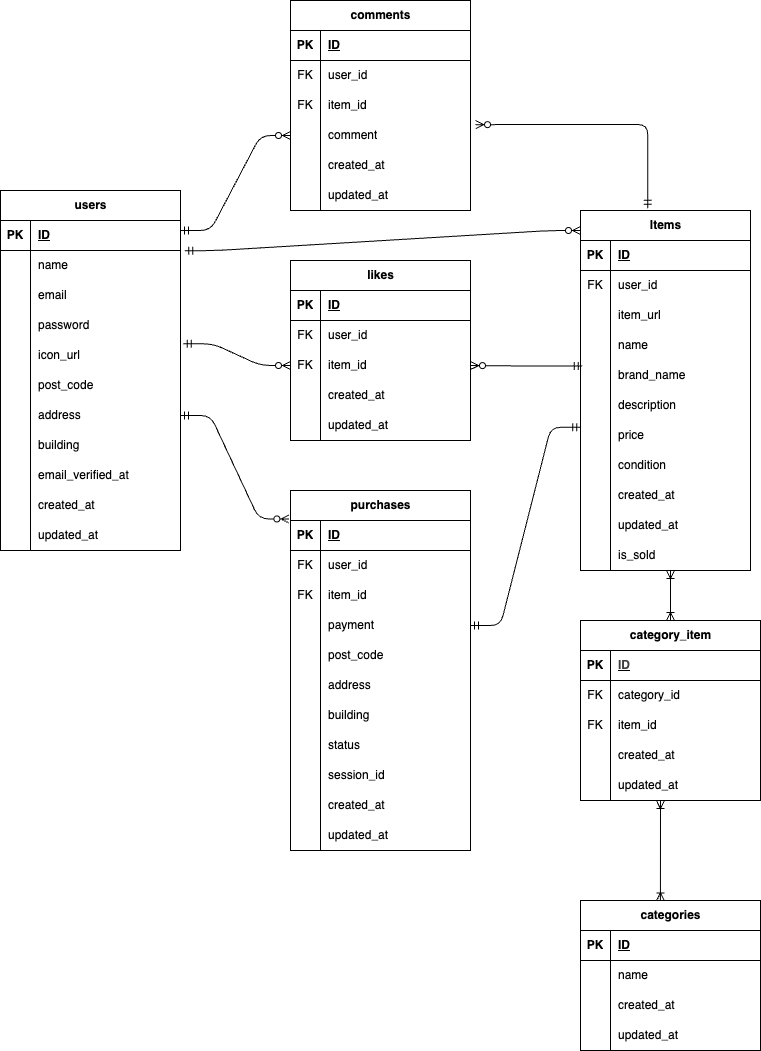
This is frema.png from yuri-tomabechi/frema-app, a draw.io export, as it was before one commit. Source tidied: cells renumbered, new cells last; positions are measured from the earlier drawing's top-left corner, leaving out a move shared by most shapes.
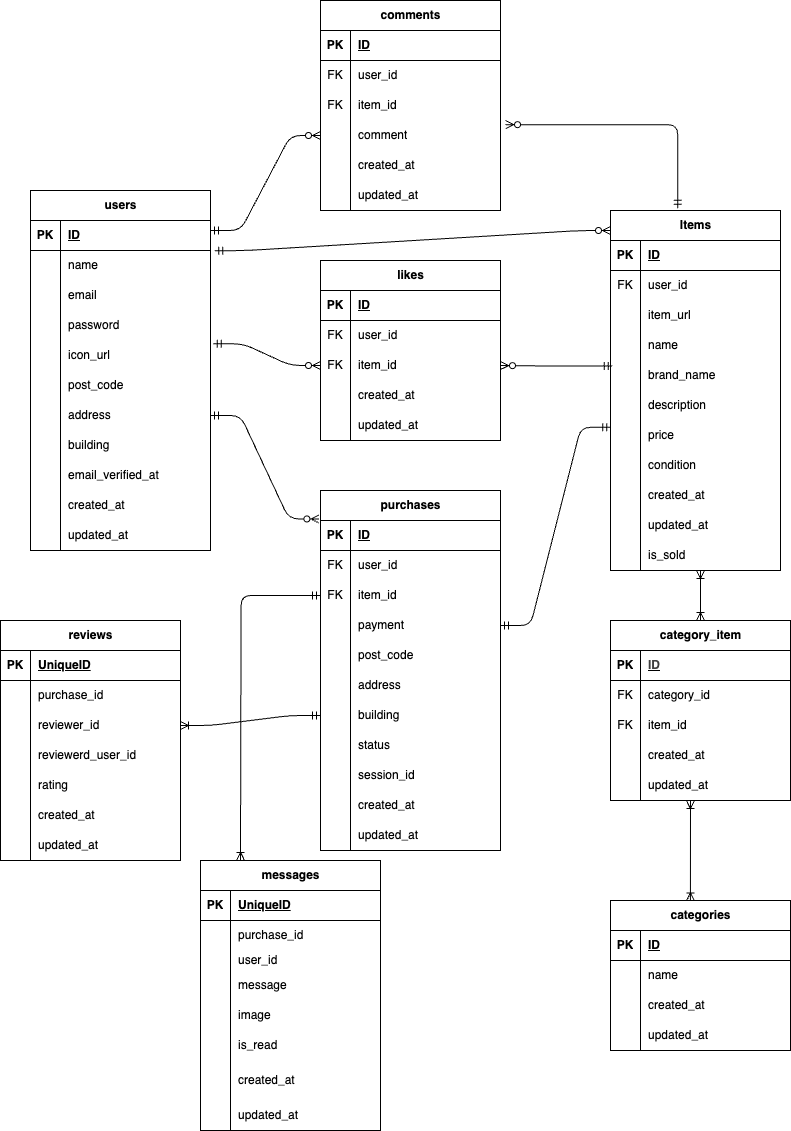
The same diagram one commit later.

Change to the diagram source:
```diff
@@ -556,5 +556,154 @@
         </Array>
       </mxGeometry>
     </mxCell>
+    <mxCell id="177" value="messages" style="shape=table;startSize=30;rowLines=0;fontStyle=1;align=center;html=1;" parent="1" vertex="1">
+      <mxGeometry x="310" y="960" width="180" height="270" as="geometry" />
+    </mxCell>
+    <mxCell id="178" style="shape=tableRow;horizontal=0;startSize=0;swimlaneHead=0;swimlaneBody=0;fillColor=none;top=0;left=0;right=0;bottom=1;" parent="177" vertex="1">
+      <mxGeometry y="30" width="180" height="30" as="geometry" />
+    </mxCell>
+    <mxCell id="179" value="PK" style="shape=partialRectangle;fillColor=none;top=0;left=0;bottom=0;right=0;fontStyle=1;overflow=hidden;whiteSpace=wrap;html=1;" parent="178" vertex="1">
+      <mxGeometry width="30" height="30" as="geometry" />
+    </mxCell>
+    <mxCell id="180" value="UniqueID" style="shape=partialRectangle;fillColor=none;top=0;left=0;bottom=0;right=0;align=left;spacingLeft=6;fontStyle=5;overflow=hidden;whiteSpace=wrap;html=1;" parent="178" vertex="1">
+      <mxGeometry x="30" width="150" height="30" as="geometry" />
+    </mxCell>
+    <mxCell id="181" style="shape=tableRow;horizontal=0;startSize=0;swimlaneHead=0;swimlaneBody=0;fillColor=none;top=0;left=0;right=0;bottom=0;" parent="177" vertex="1">
+      <mxGeometry y="60" width="180" height="30" as="geometry" />
+    </mxCell>
+    <mxCell id="182" style="shape=partialRectangle;fillColor=none;top=0;left=0;bottom=0;right=0;overflow=hidden;whiteSpace=wrap;html=1;" parent="181" vertex="1">
+      <mxGeometry width="30" height="30" as="geometry" />
+    </mxCell>
+    <mxCell id="183" value="purchase_id" style="shape=partialRectangle;fillColor=none;top=0;left=0;bottom=0;right=0;align=left;spacingLeft=6;overflow=hidden;whiteSpace=wrap;html=1;" parent="181" vertex="1">
+      <mxGeometry x="30" width="150" height="30" as="geometry" />
+    </mxCell>
+    <mxCell id="184" style="shape=tableRow;horizontal=0;startSize=0;swimlaneHead=0;swimlaneBody=0;fillColor=none;top=0;left=0;right=0;bottom=0;" parent="177" vertex="1">
+      <mxGeometry y="90" width="180" height="20" as="geometry" />
+    </mxCell>
+    <mxCell id="185" style="shape=partialRectangle;fillColor=none;top=0;left=0;bottom=0;right=0;overflow=hidden;whiteSpace=wrap;html=1;" parent="184" vertex="1">
+      <mxGeometry width="30" height="20" as="geometry" />
+    </mxCell>
+    <mxCell id="186" value="user_id" style="shape=partialRectangle;fillColor=none;top=0;left=0;bottom=0;right=0;align=left;spacingLeft=6;overflow=hidden;whiteSpace=wrap;html=1;" parent="184" vertex="1">
+      <mxGeometry x="30" width="150" height="20" as="geometry" />
+    </mxCell>
+    <mxCell id="187" style="shape=tableRow;horizontal=0;startSize=0;swimlaneHead=0;swimlaneBody=0;fillColor=none;top=0;left=0;right=0;bottom=0;" parent="177" vertex="1">
+      <mxGeometry y="110" width="180" height="30" as="geometry" />
+    </mxCell>
+    <mxCell id="188" style="shape=partialRectangle;fillColor=none;top=0;left=0;bottom=0;right=0;overflow=hidden;whiteSpace=wrap;html=1;" parent="187" vertex="1">
+      <mxGeometry width="30" height="30" as="geometry" />
+    </mxCell>
+    <mxCell id="189" value="message" style="shape=partialRectangle;fillColor=none;top=0;left=0;bottom=0;right=0;align=left;spacingLeft=6;overflow=hidden;whiteSpace=wrap;html=1;" parent="187" vertex="1">
+      <mxGeometry x="30" width="150" height="30" as="geometry" />
+    </mxCell>
+    <mxCell id="190" style="shape=tableRow;horizontal=0;startSize=0;swimlaneHead=0;swimlaneBody=0;fillColor=none;top=0;left=0;right=0;bottom=0;" parent="177" vertex="1">
+      <mxGeometry y="140" width="180" height="30" as="geometry" />
+    </mxCell>
+    <mxCell id="191" style="shape=partialRectangle;fillColor=none;top=0;left=0;bottom=0;right=0;overflow=hidden;whiteSpace=wrap;html=1;" parent="190" vertex="1">
+      <mxGeometry width="30" height="30" as="geometry" />
+    </mxCell>
+    <mxCell id="192" value="image" style="shape=partialRectangle;fillColor=none;top=0;left=0;bottom=0;right=0;align=left;spacingLeft=6;overflow=hidden;whiteSpace=wrap;html=1;" parent="190" vertex="1">
+      <mxGeometry x="30" width="150" height="30" as="geometry" />
+    </mxCell>
+    <mxCell id="193" style="shape=tableRow;horizontal=0;startSize=0;swimlaneHead=0;swimlaneBody=0;fillColor=none;top=0;left=0;right=0;bottom=0;" parent="177" vertex="1">
+      <mxGeometry y="170" width="180" height="30" as="geometry" />
+    </mxCell>
+    <mxCell id="194" style="shape=partialRectangle;fillColor=none;top=0;left=0;bottom=0;right=0;overflow=hidden;whiteSpace=wrap;html=1;" parent="193" vertex="1">
+      <mxGeometry width="30" height="30" as="geometry" />
+    </mxCell>
+    <mxCell id="195" value="is_read" style="shape=partialRectangle;fillColor=none;top=0;left=0;bottom=0;right=0;align=left;spacingLeft=6;overflow=hidden;whiteSpace=wrap;html=1;" parent="193" vertex="1">
+      <mxGeometry x="30" width="150" height="30" as="geometry" />
+    </mxCell>
+    <mxCell id="196" style="shape=tableRow;horizontal=0;startSize=0;swimlaneHead=0;swimlaneBody=0;fillColor=none;top=0;left=0;right=0;bottom=0;" parent="177" vertex="1">
+      <mxGeometry y="200" width="180" height="40" as="geometry" />
+    </mxCell>
+    <mxCell id="197" style="shape=partialRectangle;fillColor=none;top=0;left=0;bottom=0;right=0;overflow=hidden;whiteSpace=wrap;html=1;" parent="196" vertex="1">
+      <mxGeometry width="30" height="40" as="geometry" />
+    </mxCell>
+    <mxCell id="198" value="created_at" style="shape=partialRectangle;fillColor=none;top=0;left=0;bottom=0;right=0;align=left;spacingLeft=6;overflow=hidden;whiteSpace=wrap;html=1;" parent="196" vertex="1">
+      <mxGeometry x="30" width="150" height="40" as="geometry" />
+    </mxCell>
+    <mxCell id="199" style="shape=tableRow;horizontal=0;startSize=0;swimlaneHead=0;swimlaneBody=0;fillColor=none;top=0;left=0;right=0;bottom=0;" parent="177" vertex="1">
+      <mxGeometry y="240" width="180" height="30" as="geometry" />
+    </mxCell>
+    <mxCell id="200" style="shape=partialRectangle;fillColor=none;top=0;left=0;bottom=0;right=0;overflow=hidden;whiteSpace=wrap;html=1;" parent="199" vertex="1">
+      <mxGeometry width="30" height="30" as="geometry" />
+    </mxCell>
+    <mxCell id="201" value="updated_at" style="shape=partialRectangle;fillColor=none;top=0;left=0;bottom=0;right=0;align=left;spacingLeft=6;overflow=hidden;whiteSpace=wrap;html=1;" parent="199" vertex="1">
+      <mxGeometry x="30" width="150" height="30" as="geometry" />
+    </mxCell>
+    <mxCell id="202" value="reviews" style="shape=table;startSize=30;rowLines=0;fontStyle=1;align=center;html=1;" parent="1" vertex="1">
+      <mxGeometry x="110" y="720" width="180" height="240" as="geometry" />
+    </mxCell>
+    <mxCell id="203" style="shape=tableRow;horizontal=0;startSize=0;swimlaneHead=0;swimlaneBody=0;fillColor=none;top=0;left=0;right=0;bottom=1;" parent="202" vertex="1">
+      <mxGeometry y="30" width="180" height="30" as="geometry" />
+    </mxCell>
+    <mxCell id="204" value="PK" style="shape=partialRectangle;fillColor=none;top=0;left=0;bottom=0;right=0;fontStyle=1;overflow=hidden;whiteSpace=wrap;html=1;" parent="203" vertex="1">
+      <mxGeometry width="30" height="30" as="geometry" />
+    </mxCell>
+    <mxCell id="205" value="UniqueID" style="shape=partialRectangle;fillColor=none;top=0;left=0;bottom=0;right=0;align=left;spacingLeft=6;fontStyle=5;overflow=hidden;whiteSpace=wrap;html=1;" parent="203" vertex="1">
+      <mxGeometry x="30" width="150" height="30" as="geometry" />
+    </mxCell>
+    <mxCell id="206" style="shape=tableRow;horizontal=0;startSize=0;swimlaneHead=0;swimlaneBody=0;fillColor=none;top=0;left=0;right=0;bottom=0;" parent="202" vertex="1">
+      <mxGeometry y="60" width="180" height="30" as="geometry" />
+    </mxCell>
+    <mxCell id="207" style="shape=partialRectangle;fillColor=none;top=0;left=0;bottom=0;right=0;overflow=hidden;whiteSpace=wrap;html=1;" parent="206" vertex="1">
+      <mxGeometry width="30" height="30" as="geometry" />
+    </mxCell>
+    <mxCell id="208" value="purchase_id" style="shape=partialRectangle;fillColor=none;top=0;left=0;bottom=0;right=0;align=left;spacingLeft=6;overflow=hidden;whiteSpace=wrap;html=1;" parent="206" vertex="1">
+      <mxGeometry x="30" width="150" height="30" as="geometry" />
+    </mxCell>
+    <mxCell id="209" style="shape=tableRow;horizontal=0;startSize=0;swimlaneHead=0;swimlaneBody=0;fillColor=none;points=[[0,0.5],[1,0.5]];portConstraint=eastwest;top=0;left=0;right=0;bottom=0;" parent="202" vertex="1">
+      <mxGeometry y="90" width="180" height="30" as="geometry" />
+    </mxCell>
+    <mxCell id="210" style="shape=partialRectangle;fillColor=none;top=0;left=0;bottom=0;right=0;overflow=hidden;whiteSpace=wrap;html=1;" parent="209" vertex="1">
+      <mxGeometry width="30" height="30" as="geometry" />
+    </mxCell>
+    <mxCell id="211" value="reviewer_id" style="shape=partialRectangle;fillColor=none;top=0;left=0;bottom=0;right=0;align=left;spacingLeft=6;overflow=hidden;whiteSpace=wrap;html=1;" parent="209" vertex="1">
+      <mxGeometry x="30" width="150" height="30" as="geometry" />
+    </mxCell>
+    <mxCell id="212" style="shape=tableRow;horizontal=0;startSize=0;swimlaneHead=0;swimlaneBody=0;fillColor=none;top=0;left=0;right=0;bottom=0;" parent="202" vertex="1">
+      <mxGeometry y="120" width="180" height="30" as="geometry" />
+    </mxCell>
+    <mxCell id="213" style="shape=partialRectangle;fillColor=none;top=0;left=0;bottom=0;right=0;overflow=hidden;whiteSpace=wrap;html=1;" parent="212" vertex="1">
+      <mxGeometry width="30" height="30" as="geometry" />
+    </mxCell>
+    <mxCell id="214" value="reviewerd_user_id" style="shape=partialRectangle;fillColor=none;top=0;left=0;bottom=0;right=0;align=left;spacingLeft=6;overflow=hidden;whiteSpace=wrap;html=1;" parent="212" vertex="1">
+      <mxGeometry x="30" width="150" height="30" as="geometry" />
+    </mxCell>
+    <mxCell id="215" style="shape=tableRow;horizontal=0;startSize=0;swimlaneHead=0;swimlaneBody=0;fillColor=none;top=0;left=0;right=0;bottom=0;" parent="202" vertex="1">
+      <mxGeometry y="150" width="180" height="30" as="geometry" />
+    </mxCell>
+    <mxCell id="216" style="shape=partialRectangle;fillColor=none;top=0;left=0;bottom=0;right=0;overflow=hidden;whiteSpace=wrap;html=1;" parent="215" vertex="1">
+      <mxGeometry width="30" height="30" as="geometry" />
+    </mxCell>
+    <mxCell id="217" value="rating" style="shape=partialRectangle;fillColor=none;top=0;left=0;bottom=0;right=0;align=left;spacingLeft=6;overflow=hidden;whiteSpace=wrap;html=1;" parent="215" vertex="1">
+      <mxGeometry x="30" width="150" height="30" as="geometry" />
+    </mxCell>
+    <mxCell id="218" style="shape=tableRow;horizontal=0;startSize=0;swimlaneHead=0;swimlaneBody=0;fillColor=none;top=0;left=0;right=0;bottom=0;" parent="202" vertex="1">
+      <mxGeometry y="180" width="180" height="30" as="geometry" />
+    </mxCell>
+    <mxCell id="219" style="shape=partialRectangle;fillColor=none;top=0;left=0;bottom=0;right=0;overflow=hidden;whiteSpace=wrap;html=1;" parent="218" vertex="1">
+      <mxGeometry width="30" height="30" as="geometry" />
+    </mxCell>
+    <mxCell id="220" value="created_at" style="shape=partialRectangle;fillColor=none;top=0;left=0;bottom=0;right=0;align=left;spacingLeft=6;overflow=hidden;whiteSpace=wrap;html=1;" parent="218" vertex="1">
+      <mxGeometry x="30" width="150" height="30" as="geometry" />
+    </mxCell>
+    <mxCell id="221" style="shape=tableRow;horizontal=0;startSize=0;swimlaneHead=0;swimlaneBody=0;fillColor=none;top=0;left=0;right=0;bottom=0;" parent="202" vertex="1">
+      <mxGeometry y="210" width="180" height="30" as="geometry" />
+    </mxCell>
+    <mxCell id="222" style="shape=partialRectangle;fillColor=none;top=0;left=0;bottom=0;right=0;overflow=hidden;whiteSpace=wrap;html=1;" parent="221" vertex="1">
+      <mxGeometry width="30" height="30" as="geometry" />
+    </mxCell>
+    <mxCell id="223" value="updated_at" style="shape=partialRectangle;fillColor=none;top=0;left=0;bottom=0;right=0;align=left;spacingLeft=6;overflow=hidden;whiteSpace=wrap;html=1;" parent="221" vertex="1">
+      <mxGeometry x="30" width="150" height="30" as="geometry" />
+    </mxCell>
+    <mxCell id="224" style="edgeStyle=orthogonalEdgeStyle;fontSize=12;html=1;endArrow=ERoneToMany;startArrow=ERmandOne;exitX=0;exitY=0.5;exitDx=0;exitDy=0;" parent="1" edge="1" source="112">
+      <mxGeometry relative="1" as="geometry">
+        <mxPoint x="350" y="960" as="targetPoint" />
+      </mxGeometry>
+    </mxCell>
+    <mxCell id="225" style="edgeStyle=entityRelationEdgeStyle;fontSize=12;html=1;endArrow=ERoneToMany;startArrow=ERmandOne;entryX=1;entryY=0.5;entryDx=0;entryDy=0;exitX=0;exitY=0.5;exitDx=0;exitDy=0;" parent="1" edge="1" source="124" target="209">
+      <mxGeometry relative="1" as="geometry" />
+    </mxCell>
   </root>
 </mxGraphModel>
```
